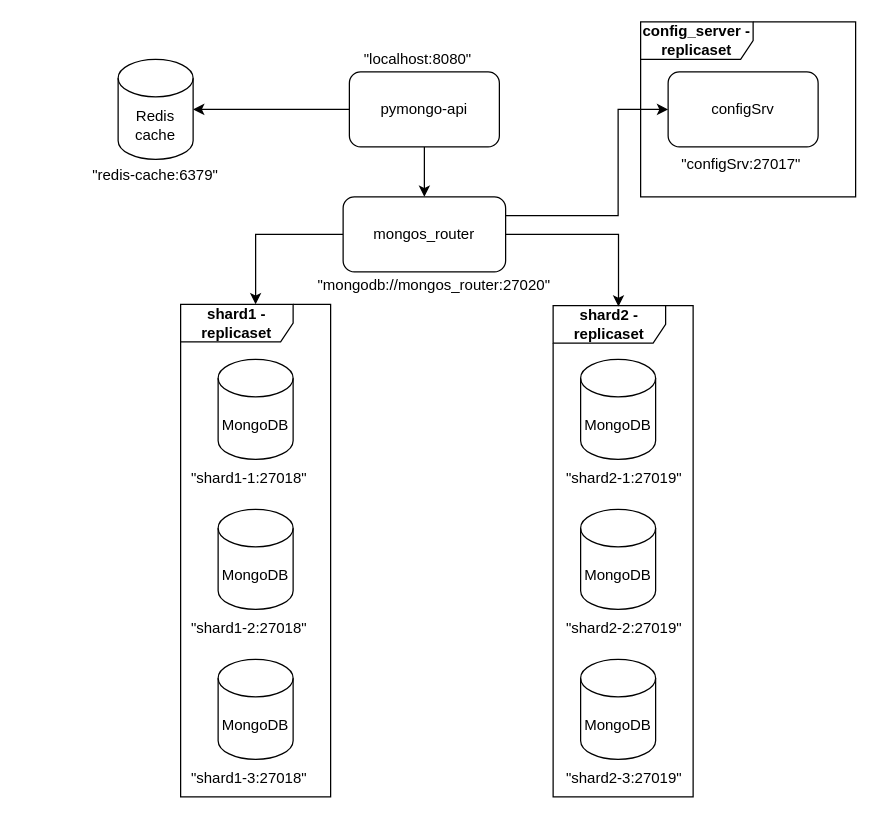
The draw.io diagram tasks/task1-diagrams/sharding-repl-cache.drawio in alexeypodbelsky/alexp-architecture-black_friday, before the edit. Source tidied: cells renumbered, new cells numbered last; positions are measured from the earlier drawing's top-left corner, leaving out a move shared by most shapes. Both pictures are drawn from the tidied source at 125%, with x=0, y=0 at pixel (86, 21).
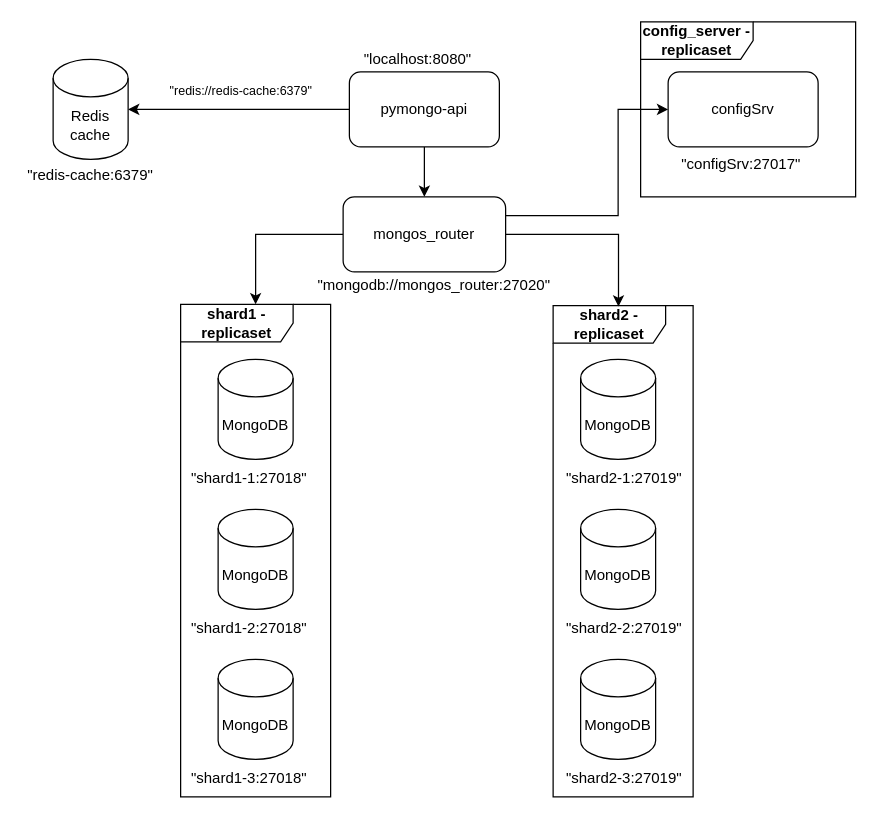
After the change.

Diff of the diagram source:
```diff
@@
     <mxCell id="28" value="Redis cache" style="shape=cylinder3;whiteSpace=wrap;html=1;boundedLbl=1;backgroundOutline=1;size=15;" parent="1" vertex="1">
-      <mxGeometry x="25" y="30" width="60" height="80" as="geometry" />
+      <mxGeometry x="-27" y="30" width="60" height="80" as="geometry" />
     </mxCell>
     <mxCell id="29" value="&quot;redis-cache:6379&quot;" style="text;html=1;align=center;verticalAlign=middle;whiteSpace=wrap;rounded=0;" parent="1" vertex="1">
-      <mxGeometry y="105" width="110" height="35" as="geometry" />
+      <mxGeometry x="-52" y="105" width="110" height="35" as="geometry" />
     </mxCell>
+    <mxCell id="30" value="&lt;font style=&quot;font-size: 10px;&quot;&gt;&quot;redis://redis-cache:6379&quot;&amp;nbsp;&lt;/font&gt;" style="text;html=1;align=center;verticalAlign=middle;whiteSpace=wrap;rounded=0;" parent="1" vertex="1">
+      <mxGeometry x="55" y="40" width="140" height="30" as="geometry" />
+    </mxCell>
```
